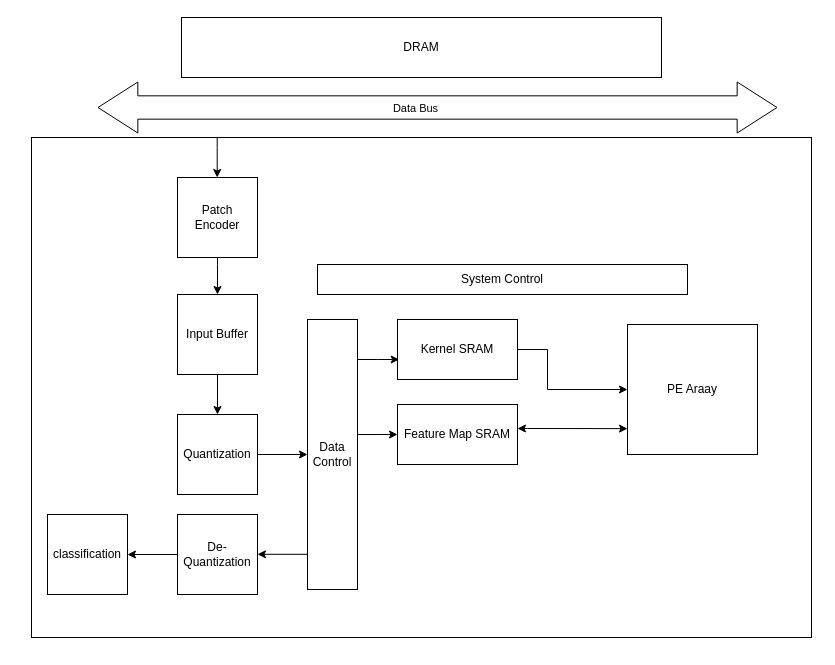
Before: 未命名绘图.drawio in jihuien/ML100Days, a draw.io diagram. Source tidied: cells renumbered, new cells numbered last; positions are measured from the earlier drawing's top-left corner, leaving out a move shared by most shapes. Both pictures are drawn from the tidied source at 100%, with x=0, y=0 at pixel (31, 17).
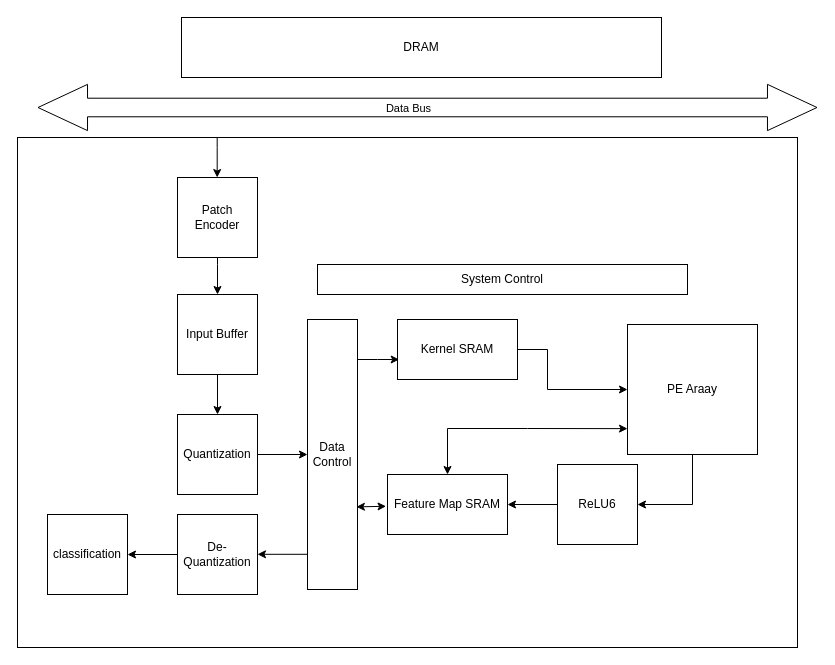
The same page after the edit.

Commit message:
更新未命名绘图.drawio

Unchanged cells that the change refers to:
```xml
<mxCell id="6" value="PE Araay" style="whiteSpace=wrap;html=1;" parent="1" vertex="1">
  <mxGeometry x="596" y="307" width="130" height="130" as="geometry" />
</mxCell>
<mxCell id="8" value="Data Control" style="rounded=0;whiteSpace=wrap;html=1;" parent="1" vertex="1">
  <mxGeometry x="276" y="302" width="50" height="270" as="geometry" />
</mxCell>
```

What changed in the source:
```diff
@@
     <mxCell id="3" style="rounded=0;whiteSpace=wrap;html=1;" parent="1" vertex="1">
-      <mxGeometry y="120" width="780" height="500" as="geometry" />
+      <mxGeometry x="-14" y="120" width="780" height="510" as="geometry" />
     </mxCell>
@@
+    <mxCell id="26" style="edgeStyle=orthogonalEdgeStyle;rounded=0;jettySize=auto;html=1;entryX=1;entryY=0.5;entryDx=0;entryDy=0;" parent="1" edge="1" source="6" target="28">
+      <mxGeometry relative="1" as="geometry" />
+    </mxCell>
@@
     <mxCell id="14" value="Feature Map SRAM" style="rounded=0;whiteSpace=wrap;html=1;" parent="1" vertex="1">
-      <mxGeometry x="366" y="387" width="120" height="60" as="geometry" />
+      <mxGeometry x="356" y="457" width="120" height="60" as="geometry" />
     </mxCell>
@@
-    <mxCell id="18" style="endArrow=classic;html=1;rounded=0;entryX=0;entryY=0.5;entryDx=0;entryDy=0;exitX=1.01;exitY=0.426;exitDx=0;exitDy=0;exitPerimeter=0;" parent="1" edge="1" source="8" target="14">
-      <mxGeometry relative="1" as="geometry" />
-    </mxCell>
@@
-    <mxCell id="21" style="shape=flexArrow;endArrow=classic;startArrow=classic;html=1;rounded=0;startWidth=26.666666666666668;startSize=12.941666666666666;endWidth=26.666666666666668;endSize=12.941666666666666;width=23.333333333333336;" parent="1" edge="1">
+    <mxCell id="21" style="shape=flexArrow;endArrow=classic;startArrow=classic;html=1;rounded=0;startWidth=26.666666666666668;startSize=16.176190476190474;endWidth=26.666666666666668;endSize=16.176190476190474;width=18.57142857142857;" parent="1" edge="1">
       <mxGeometry relative="1" as="geometry">
-        <mxPoint x="66" y="90" as="sourcePoint" />
-        <mxPoint x="746" y="90" as="targetPoint" />
+        <mxPoint x="6" y="90" as="sourcePoint" />
+        <mxPoint x="786" y="90" as="targetPoint" />
       </mxGeometry>
     </mxCell>
@@
+    <mxCell id="27" style="edgeStyle=orthogonalEdgeStyle;rounded=0;jettySize=auto;html=1;" parent="1" edge="1" source="28" target="14">
+      <mxGeometry relative="1" as="geometry" />
+    </mxCell>
+    <mxCell id="28" value="ReLU6" style="whiteSpace=wrap;html=1;" parent="1" vertex="1">
+      <mxGeometry x="526" y="447" width="80" height="80" as="geometry" />
+    </mxCell>
+    <mxCell id="18" style="endArrow=classic;startArrow=classic;html=1;rounded=0;entryX=-0.012;entryY=0.53;entryDx=0;entryDy=0;exitX=0.978;exitY=0.694;exitDx=0;exitDy=0;exitPerimeter=0;entryPerimeter=0;" parent="1" edge="1" source="8" target="14">
+      <mxGeometry relative="1" as="geometry" />
+    </mxCell>
```
